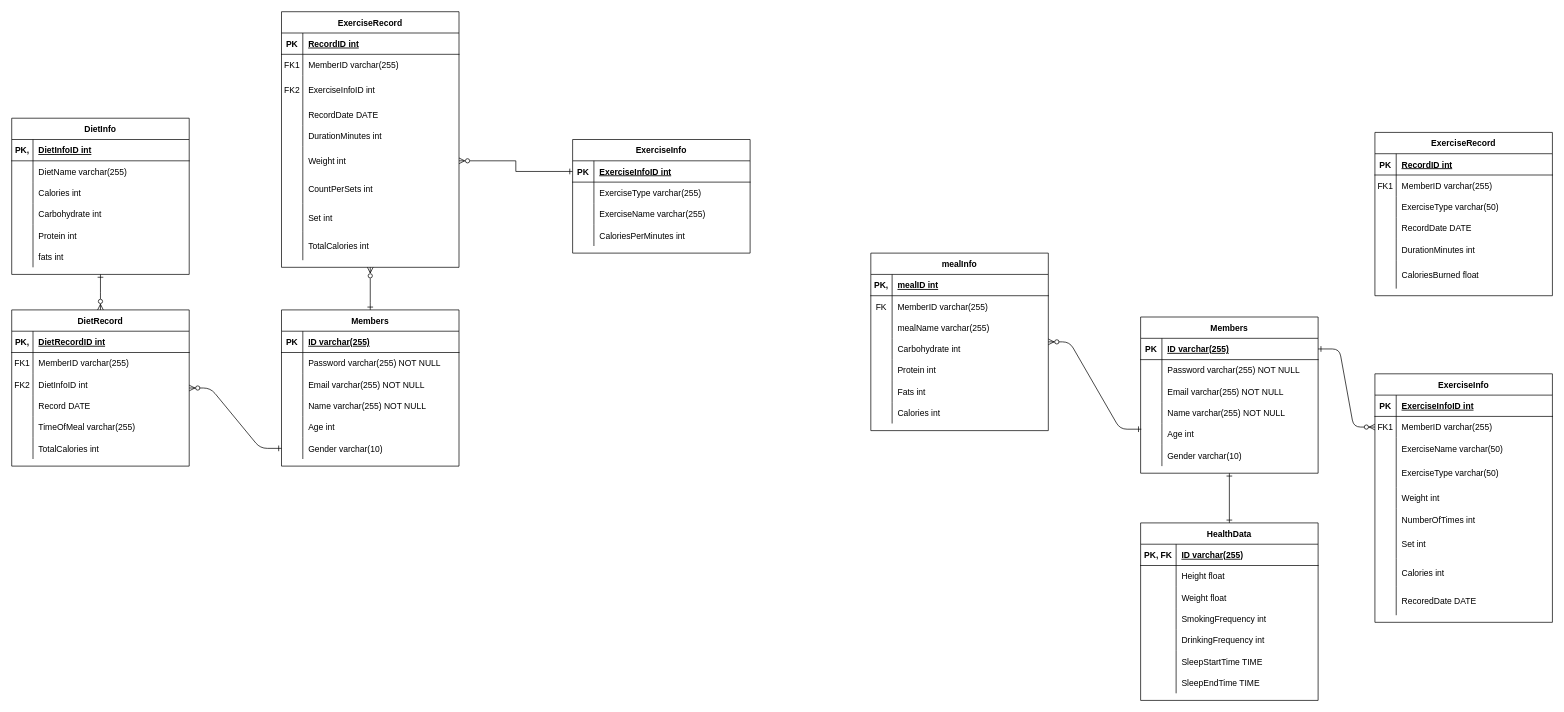
Earlier version of the draw.io diagram DataBase/E-R Diagram/E-R Diagram.drawio (pys-study/Healthcare-Project-Back). Source tidied: cells renumbered, new cells numbered last; positions are measured from the earlier drawing's top-left corner, leaving out a move shared by most shapes. Both pictures are drawn from the tidied source at 71%, with x=0, y=0 at pixel (11, 11).
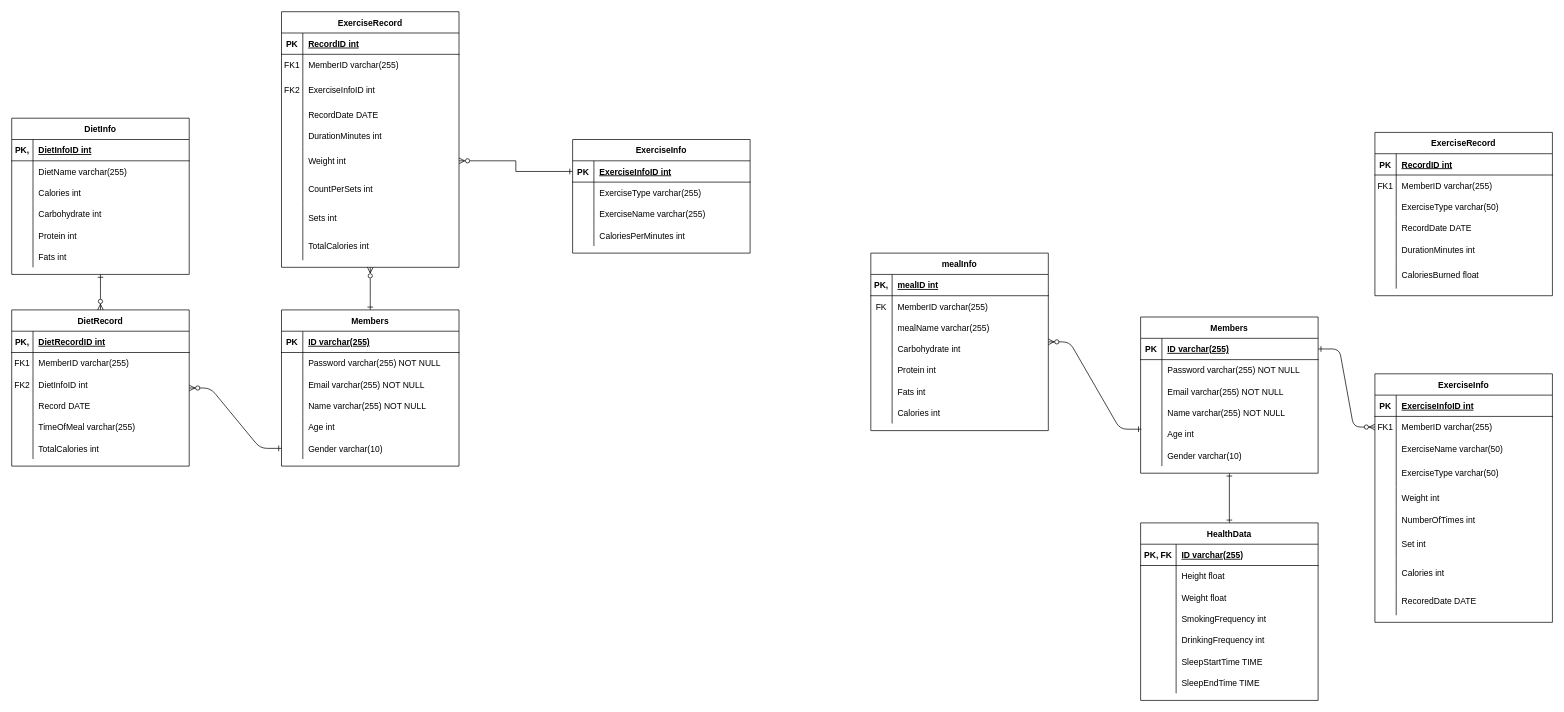
The same page after the edit.

Commit message (it also covers changes not shown here):
Docs: ERD 일부 변수명 변경

Unchanged cells that the change refers to:
```xml
<mxCell id="57" style="shape=partialRectangle;fillColor=none;top=0;left=0;right=0;bottom=0;" parent="35" vertex="1">
  <mxGeometry y="270" width="250" height="40" as="geometry" />
</mxCell>
<mxCell id="213" style="shape=partialRectangle;fillColor=none;top=0;left=0;right=0;bottom=0;" parent="197" vertex="1">
  <mxGeometry y="180" width="250" height="30" as="geometry" />
</mxCell>
```

The edit, as a diff of the source:
```diff
@@
-    <mxCell id="59" value="Set int" style="shape=partialRectangle;overflow=hidden;fillColor=none;top=0;left=0;bottom=0;right=0;align=left;spacingLeft=6;" parent="57" vertex="1">
+    <mxCell id="59" value="Sets int" style="shape=partialRectangle;overflow=hidden;fillColor=none;top=0;left=0;bottom=0;right=0;align=left;spacingLeft=6;" parent="57" vertex="1">
       <mxGeometry x="30" width="220" height="40" as="geometry" />
     </mxCell>
@@
-    <mxCell id="215" value="fats int" style="shape=partialRectangle;overflow=hidden;fillColor=none;top=0;left=0;bottom=0;right=0;align=left;spacingLeft=6;" parent="213" vertex="1">
+    <mxCell id="215" value="Fats int" style="shape=partialRectangle;overflow=hidden;fillColor=none;top=0;left=0;bottom=0;right=0;align=left;spacingLeft=6;" parent="213" vertex="1">
       <mxGeometry x="30" width="220" height="30" as="geometry" />
     </mxCell>
```
